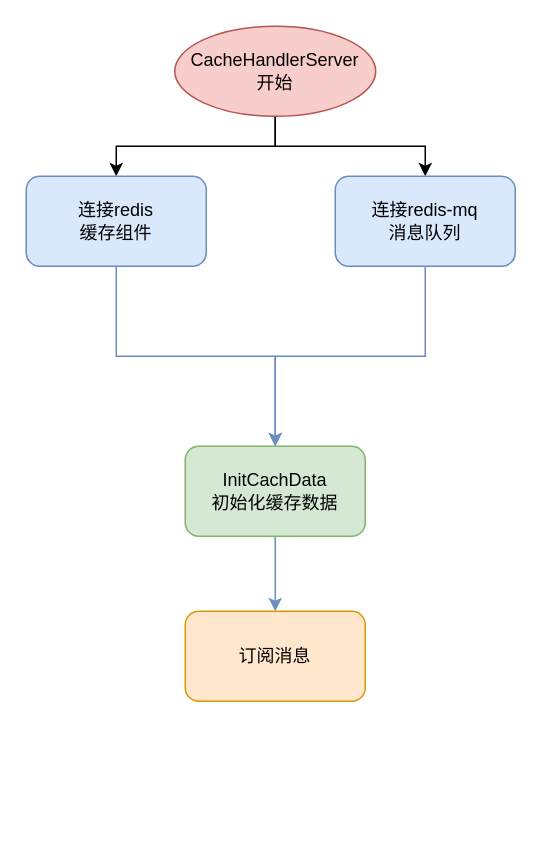
Above: page "CacheHandlerSystem启动" (2 of 18) of cachehandlersystem_消息订阅.drawio in DeanYang121/typora_images (draw.io), before the change. Source tidied: cells renumbered, new cells numbered last; positions are measured from the earlier drawing's top-left corner, leaving out a move shared by most shapes. Both pictures are drawn from the tidied source at 150%, with x=0, y=0 at pixel (26, 26).
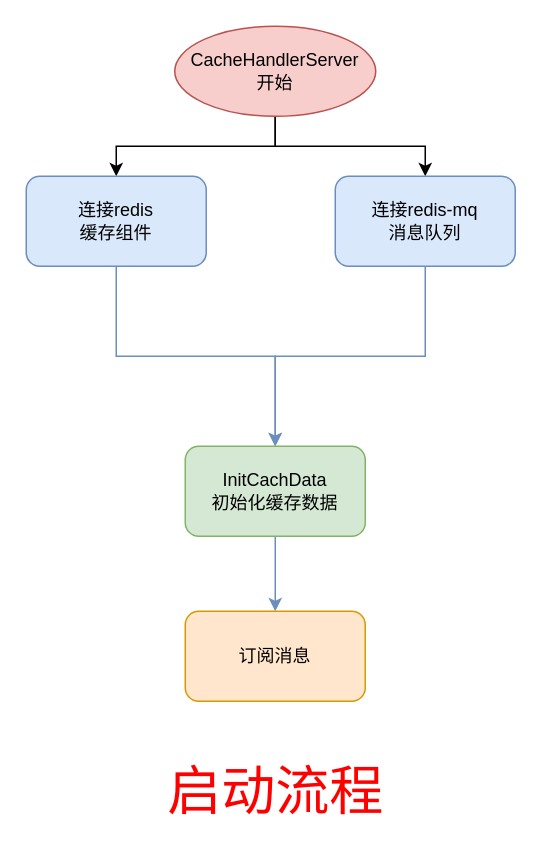
After the change.

Change to the diagram source:
```diff
@@
 <mxGraphModel>
   <root>
     <mxCell id="0" />
     <mxCell id="1" parent="0" />
     <mxCell id="2" style="edgeStyle=orthogonalEdgeStyle;rounded=0;jettySize=auto;html=1;exitX=0.5;exitY=1;exitDx=0;exitDy=0;entryX=0.5;entryY=0;entryDx=0;entryDy=0;" parent="1" edge="1" source="4" target="6">
       <mxGeometry relative="1" as="geometry" />
     </mxCell>
     <mxCell id="3" style="edgeStyle=orthogonalEdgeStyle;rounded=0;jettySize=auto;html=1;exitX=0.5;exitY=1;exitDx=0;exitDy=0;" parent="1" edge="1" source="4" target="8">
       <mxGeometry relative="1" as="geometry" />
     </mxCell>
     <mxCell id="4" value="CacheHandlerServer&lt;br&gt;开始" style="ellipse;whiteSpace=wrap;html=1;fillColor=#f8cecc;strokeColor=#b85450;" parent="1" vertex="1">
       <mxGeometry x="99" width="134" height="60" as="geometry" />
     </mxCell>
     <mxCell id="5" style="edgeStyle=orthogonalEdgeStyle;rounded=0;jettySize=auto;html=1;exitX=0.5;exitY=1;exitDx=0;exitDy=0;fillColor=#dae8fc;strokeColor=#6c8ebf;" parent="1" edge="1" source="6" target="10">
       <mxGeometry relative="1" as="geometry" />
     </mxCell>
     <mxCell id="6" value="连接redis&lt;br&gt;缓存组件" style="rounded=1;whiteSpace=wrap;html=1;fillColor=#dae8fc;strokeColor=#6c8ebf;" parent="1" vertex="1">
       <mxGeometry y="100" width="120" height="60" as="geometry" />
     </mxCell>
     <mxCell id="7" style="edgeStyle=orthogonalEdgeStyle;rounded=0;jettySize=auto;html=1;exitX=0.5;exitY=1;exitDx=0;exitDy=0;entryX=0.5;entryY=0;entryDx=0;entryDy=0;fillColor=#dae8fc;strokeColor=#6c8ebf;" parent="1" edge="1" source="8" target="10">
       <mxGeometry relative="1" as="geometry" />
     </mxCell>
     <mxCell id="8" value="连接redis-mq&lt;br&gt;消息队列" style="rounded=1;whiteSpace=wrap;html=1;fillColor=#dae8fc;strokeColor=#6c8ebf;" parent="1" vertex="1">
       <mxGeometry x="206" y="100" width="120" height="60" as="geometry" />
     </mxCell>
     <mxCell id="9" style="edgeStyle=orthogonalEdgeStyle;rounded=0;jettySize=auto;html=1;exitX=0.5;exitY=1;exitDx=0;exitDy=0;fillColor=#dae8fc;strokeColor=#6c8ebf;" parent="1" edge="1" source="10" target="11">
       <mxGeometry relative="1" as="geometry" />
     </mxCell>
     <mxCell id="10" value="InitCachData&lt;br&gt;初始化缓存数据" style="rounded=1;whiteSpace=wrap;html=1;fillColor=#d5e8d4;strokeColor=#82b366;" parent="1" vertex="1">
       <mxGeometry x="106" y="280" width="120" height="60" as="geometry" />
     </mxCell>
     <mxCell id="11" value="订阅消息" style="rounded=1;whiteSpace=wrap;html=1;fillColor=#ffe6cc;strokeColor=#d79b00;" parent="1" vertex="1">
       <mxGeometry x="106" y="390" width="120" height="60" as="geometry" />
     </mxCell>
+    <mxCell id="12" value="启动流程" style="text;html=1;align=center;verticalAlign=middle;strokeColor=none;fillColor=none;fontSize=36;fontColor=#FF0000;" parent="1" vertex="1">
+      <mxGeometry x="81" y="480" width="170" height="60" as="geometry" />
+    </mxCell>
   </root>
 </mxGraphModel>
```
